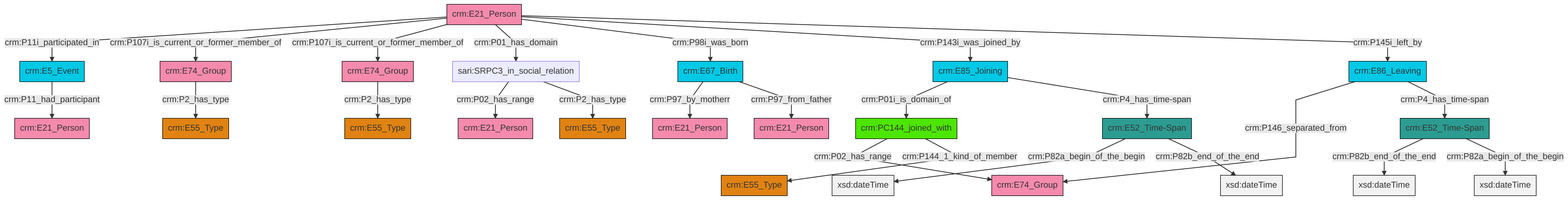
Earlier version of the Mermaid export et/personCSV/ttl/mmd/png/Person_Actor_Relations.png (swiss-art-research-net/reference-data-models). Its source is kept beside it as et/personCSV/ttl/mmd/Person_Actor_Relations.ttl.mmd.
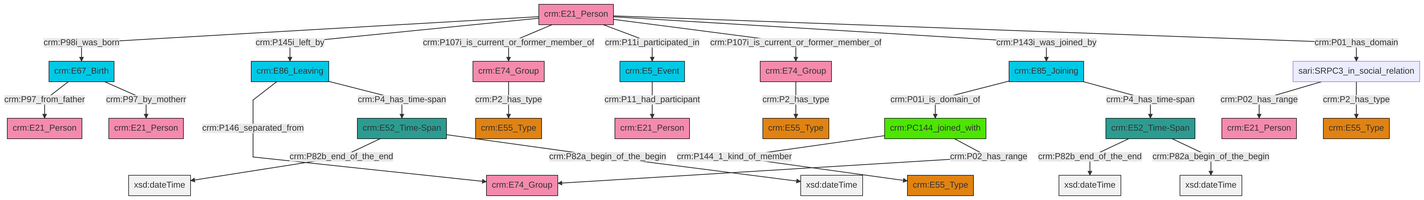
The same file after the commit.

What changed in the source:
```diff
@@ -13,27 +13,27 @@
 classDef PC_Classes fill:#4ce600, stroke:#000000;
 classDef Multi fill:#cccccc,stroke:#000000;
 
-0["crm:E21_Person"]:::Actor -->|crm:P11i_participated_in| 1["crm:E5_Event"]:::Temporal_Entity
-0["crm:E21_Person"]:::Actor -->|crm:P107i_is_current_or_former_member_of| 4["crm:E74_Group"]:::Actor
-7["crm:E52_Time-Span"]:::Time-Span -->|crm:P82a_begin_of_the_begin| 8[xsd:dateTime]:::Literal
-9["crm:PC144_joined_with"]:::PC_Classes -->|crm:P02_has_range| 10["crm:E74_Group"]:::Actor
-9["crm:PC144_joined_with"]:::PC_Classes -->|crm:P144_1_kind_of_member| 11["crm:E55_Type"]:::Type
-5["crm:E86_Leaving"]:::Temporal_Entity -->|crm:P146_separated_from| 10["crm:E74_Group"]:::Actor
-17["crm:E67_Birth"]:::Temporal_Entity -->|crm:P97_by_motherr| 18["crm:E21_Person"]:::Actor
-19["crm:E52_Time-Span"]:::Time-Span -->|crm:P82b_end_of_the_end| 20[xsd:dateTime]:::Literal
-21["sari:SRPC3_in_social_relation"]:::Default -->|crm:P02_has_range| 22["crm:E21_Person"]:::Actor
-7["crm:E52_Time-Span"]:::Time-Span -->|crm:P82b_end_of_the_end| 24[xsd:dateTime]:::Literal
-19["crm:E52_Time-Span"]:::Time-Span -->|crm:P82a_begin_of_the_begin| 27[xsd:dateTime]:::Literal
-21["sari:SRPC3_in_social_relation"]:::Default -->|crm:P2_has_type| 28["crm:E55_Type"]:::Type
-4["crm:E74_Group"]:::Actor -->|crm:P2_has_type| 29["crm:E55_Type"]:::Type
-0["crm:E21_Person"]:::Actor -->|crm:P107i_is_current_or_former_member_of| 30["crm:E74_Group"]:::Actor
-14["crm:E85_Joining"]:::Temporal_Entity -->|crm:P01i_is_domain_of| 9["crm:PC144_joined_with"]:::PC_Classes
-30["crm:E74_Group"]:::Actor -->|crm:P2_has_type| 12["crm:E55_Type"]:::Type
-5["crm:E86_Leaving"]:::Temporal_Entity -->|crm:P4_has_time-span| 19["crm:E52_Time-Span"]:::Time-Span
-0["crm:E21_Person"]:::Actor -->|crm:P01_has_domain| 21["sari:SRPC3_in_social_relation"]:::Default
-14["crm:E85_Joining"]:::Temporal_Entity -->|crm:P4_has_time-span| 7["crm:E52_Time-Span"]:::Time-Span
-17["crm:E67_Birth"]:::Temporal_Entity -->|crm:P97_from_father| 2["crm:E21_Person"]:::Actor
-0["crm:E21_Person"]:::Actor -->|crm:P98i_was_born| 17["crm:E67_Birth"]:::Temporal_Entity
-0["crm:E21_Person"]:::Actor -->|crm:P143i_was_joined_by| 14["crm:E85_Joining"]:::Temporal_Entity
-1["crm:E5_Event"]:::Temporal_Entity -->|crm:P11_had_participant| 25["crm:E21_Person"]:::Actor
-0["crm:E21_Person"]:::Actor -->|crm:P145i_left_by| 5["crm:E86_Leaving"]:::Temporal_Entity
+0["crm:E52_Time-Span"]:::Time-Span -->|crm:P82b_end_of_the_end| 1[xsd:dateTime]:::Literal
+2["crm:E67_Birth"]:::Temporal_Entity -->|crm:P97_from_father| 3["crm:E21_Person"]:::Actor
+4["crm:E85_Joining"]:::Temporal_Entity -->|crm:P01i_is_domain_of| 5["crm:PC144_joined_with"]:::PC_Classes
+4["crm:E85_Joining"]:::Temporal_Entity -->|crm:P4_has_time-span| 0["crm:E52_Time-Span"]:::Time-Span
+6["crm:E52_Time-Span"]:::Time-Span -->|crm:P82b_end_of_the_end| 8[xsd:dateTime]:::Literal
+10["crm:E86_Leaving"]:::Temporal_Entity -->|crm:P146_separated_from| 11["crm:E74_Group"]:::Actor
+12["sari:SRPC3_in_social_relation"]:::Default -->|crm:P02_has_range| 13["crm:E21_Person"]:::Actor
+16["crm:E21_Person"]:::Actor -->|crm:P98i_was_born| 2["crm:E67_Birth"]:::Temporal_Entity
+16["crm:E21_Person"]:::Actor -->|crm:P145i_left_by| 10["crm:E86_Leaving"]:::Temporal_Entity
+22["crm:E5_Event"]:::Temporal_Entity -->|crm:P11_had_participant| 23["crm:E21_Person"]:::Actor
+16["crm:E21_Person"]:::Actor -->|crm:P107i_is_current_or_former_member_of| 27["crm:E74_Group"]:::Actor
+5["crm:PC144_joined_with"]:::PC_Classes -->|crm:P144_1_kind_of_member| 17["crm:E55_Type"]:::Type
+2["crm:E67_Birth"]:::Temporal_Entity -->|crm:P97_by_motherr| 24["crm:E21_Person"]:::Actor
+0["crm:E52_Time-Span"]:::Time-Span -->|crm:P82a_begin_of_the_begin| 33[xsd:dateTime]:::Literal
+16["crm:E21_Person"]:::Actor -->|crm:P11i_participated_in| 22["crm:E5_Event"]:::Temporal_Entity
+12["sari:SRPC3_in_social_relation"]:::Default -->|crm:P2_has_type| 14["crm:E55_Type"]:::Type
+5["crm:PC144_joined_with"]:::PC_Classes -->|crm:P02_has_range| 11["crm:E74_Group"]:::Actor
+16["crm:E21_Person"]:::Actor -->|crm:P107i_is_current_or_former_member_of| 31["crm:E74_Group"]:::Actor
+10["crm:E86_Leaving"]:::Temporal_Entity -->|crm:P4_has_time-span| 6["crm:E52_Time-Span"]:::Time-Span
+16["crm:E21_Person"]:::Actor -->|crm:P143i_was_joined_by| 4["crm:E85_Joining"]:::Temporal_Entity
+6["crm:E52_Time-Span"]:::Time-Span -->|crm:P82a_begin_of_the_begin| 42[xsd:dateTime]:::Literal
+16["crm:E21_Person"]:::Actor -->|crm:P01_has_domain| 12["sari:SRPC3_in_social_relation"]:::Default
+27["crm:E74_Group"]:::Actor -->|crm:P2_has_type| 29["crm:E55_Type"]:::Type
+31["crm:E74_Group"]:::Actor -->|crm:P2_has_type| 19["crm:E55_Type"]:::Type
```
